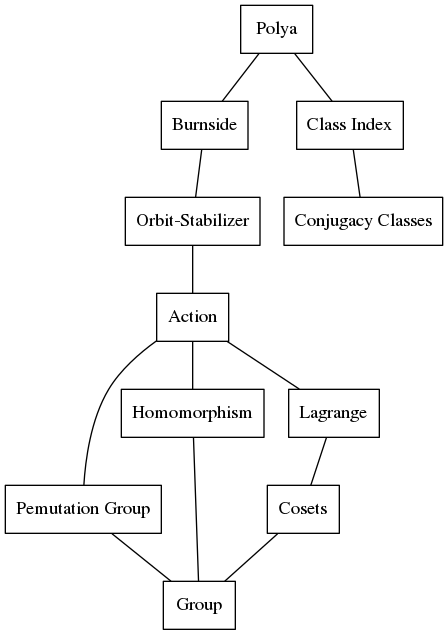
Above: graphviz/polya.gv.png in fifth-postulate/group-theory-with-gap (Graphviz), before the change. Its source is kept beside it as graphviz/polya.gv.
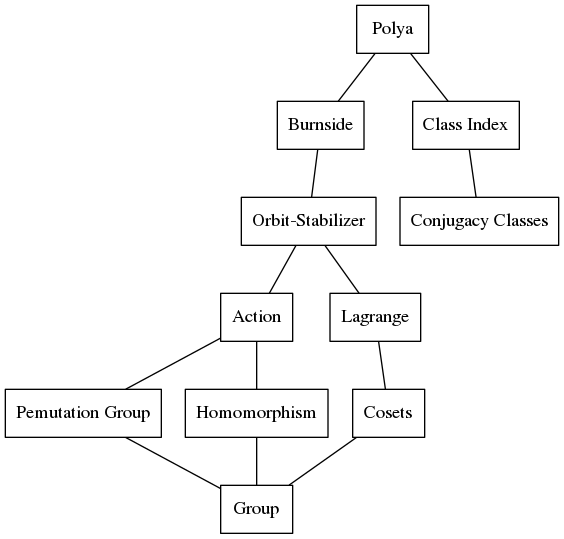
The same file after the commit.

Commit message:
Set the correct relation for Lagrange theorem

Diff of the diagram source:
```diff
@@ -14,8 +14,8 @@
   1 -- { 2 3 }
   2 -- { 4 }
   3 -- { 9 }
-  4 -- { 5 }
-  5 -- { 6, 7, 10 }
+  4 -- { 5, 10 }
+  5 -- { 6, 7 }
   6 -- { 8 }
   7 -- { 8 }
   10 -- { 11 }
```
